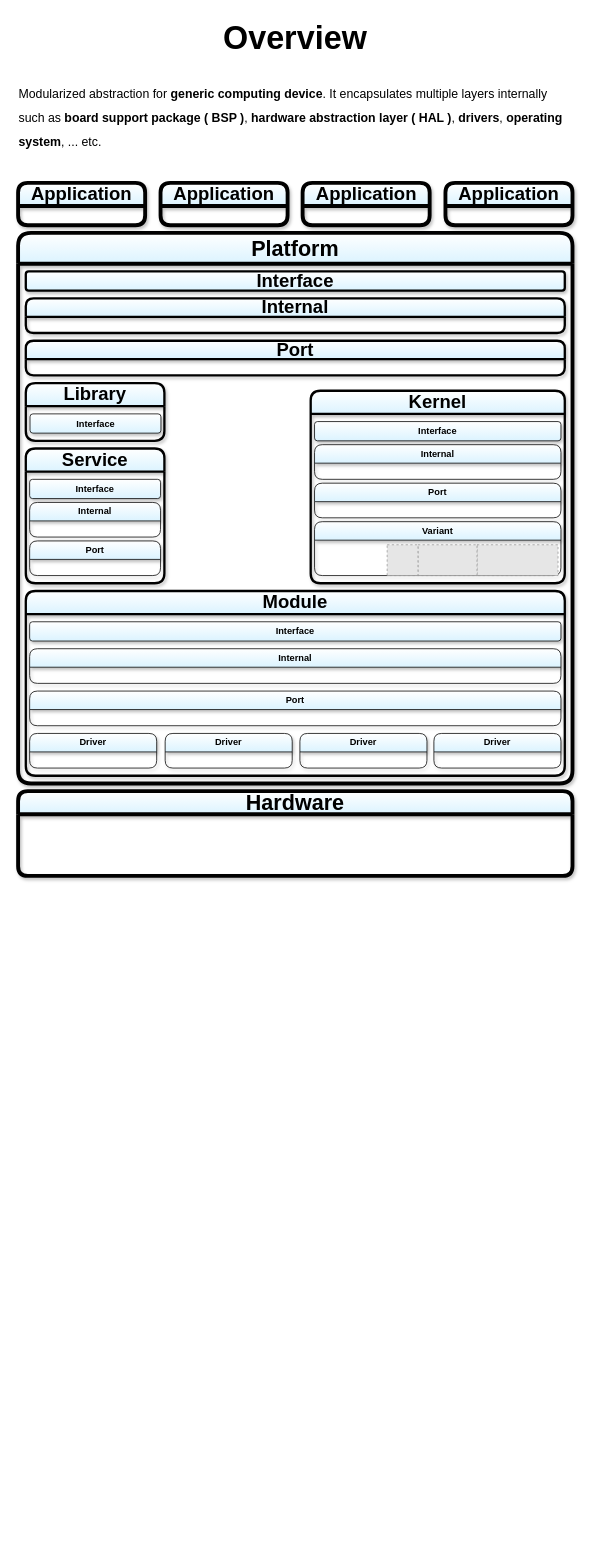
Before: page "Overview" (1 of 5) of Platform.drawio in bassem-mostafa/Platform, a draw.io diagram. Source tidied: cells renumbered, new cells numbered last; positions are measured from the earlier drawing's top-left corner, leaving out a move shared by most shapes. Both pictures are drawn from the tidied source at 77%, with x=0, y=0 at pixel (18, 13). Pictures stored in the file or linked from it are replaced by grey dashed boxes.
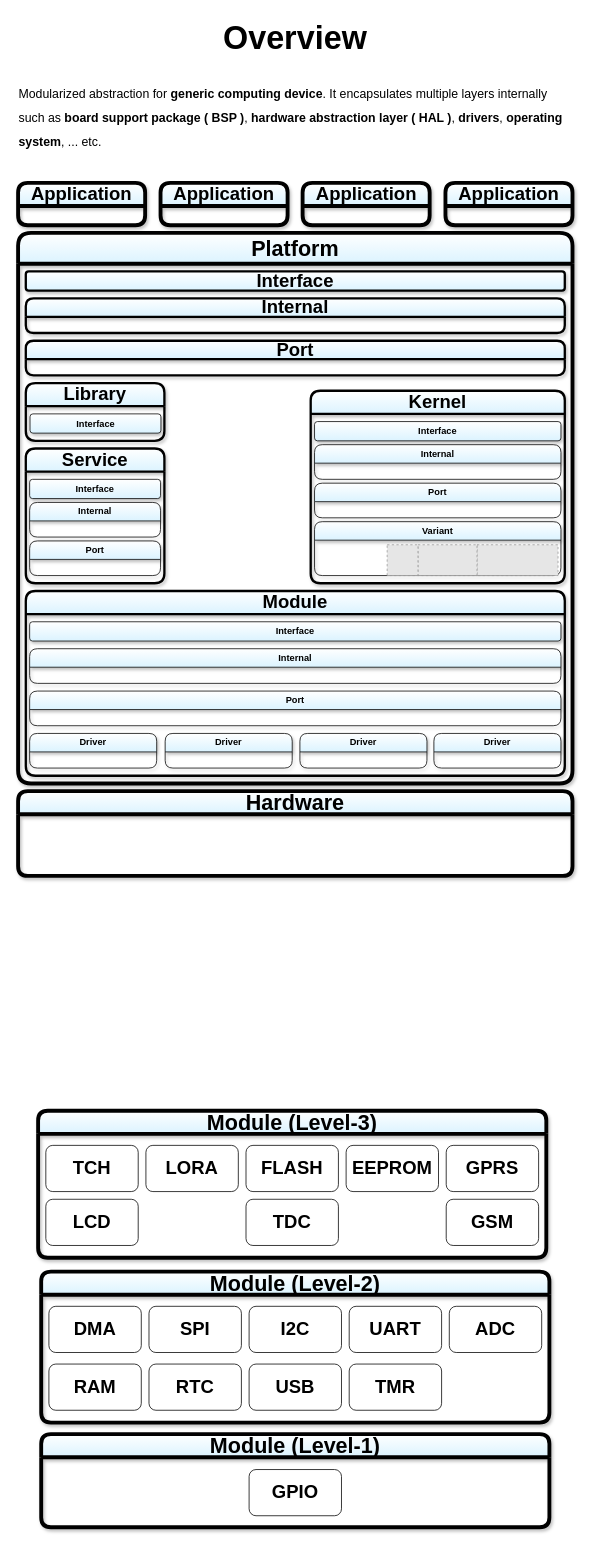
The same page after the edit.

The edit, as a diff of the source:
```diff
@@
+    <mxCell id="34" value="&lt;div&gt;&lt;font style=&quot;font-size: 28px;&quot;&gt;Module (Level-1)&lt;/font&gt;&lt;/div&gt;" style="swimlane;whiteSpace=wrap;html=1;rounded=1;arcSize=14;startSize=30;glass=0;shadow=1;gradientColor=#DBF3FF;rotation=0;strokeWidth=5;perimeterSpacing=0;strokeColor=default;" parent="1" vertex="1">
+      <mxGeometry x="30" y="1845" width="660" height="121" as="geometry" />
+    </mxCell>
+    <mxCell id="35" value="GPIO" style="rounded=1;whiteSpace=wrap;html=1;fontSize=24;fontStyle=1;" parent="34" vertex="1">
+      <mxGeometry x="270" y="46" width="120" height="60" as="geometry" />
+    </mxCell>
+    <mxCell id="36" value="&lt;div&gt;&lt;font style=&quot;font-size: 28px;&quot;&gt;Module (Level-2)&lt;/font&gt;&lt;/div&gt;" style="swimlane;whiteSpace=wrap;html=1;rounded=1;arcSize=14;startSize=30;glass=0;shadow=1;gradientColor=#DBF3FF;rotation=0;strokeWidth=5;perimeterSpacing=0;strokeColor=default;" parent="1" vertex="1">
+      <mxGeometry x="30" y="1634" width="660" height="196" as="geometry" />
+    </mxCell>
+    <mxCell id="37" value="DMA" style="rounded=1;whiteSpace=wrap;html=1;fontSize=24;fontStyle=1;" parent="36" vertex="1">
+      <mxGeometry x="10" y="45" width="120" height="60" as="geometry" />
+    </mxCell>
+    <mxCell id="38" value="SPI" style="rounded=1;whiteSpace=wrap;html=1;fontSize=24;fontStyle=1;" parent="36" vertex="1">
+      <mxGeometry x="140" y="45" width="120" height="60" as="geometry" />
+    </mxCell>
+    <mxCell id="39" value="I2C" style="rounded=1;whiteSpace=wrap;html=1;fontSize=24;fontStyle=1;" parent="36" vertex="1">
+      <mxGeometry x="270" y="45" width="120" height="60" as="geometry" />
+    </mxCell>
+    <mxCell id="40" value="UART" style="rounded=1;whiteSpace=wrap;html=1;fontSize=24;fontStyle=1;" parent="36" vertex="1">
+      <mxGeometry x="400" y="45" width="120" height="60" as="geometry" />
+    </mxCell>
+    <mxCell id="41" value="ADC" style="rounded=1;whiteSpace=wrap;html=1;fontSize=24;fontStyle=1;" parent="36" vertex="1">
+      <mxGeometry x="530" y="45" width="120" height="60" as="geometry" />
+    </mxCell>
+    <mxCell id="42" value="RAM" style="rounded=1;whiteSpace=wrap;html=1;fontSize=24;fontStyle=1;" parent="36" vertex="1">
+      <mxGeometry x="10" y="120" width="120" height="60" as="geometry" />
+    </mxCell>
+    <mxCell id="43" value="RTC" style="rounded=1;whiteSpace=wrap;html=1;fontSize=24;fontStyle=1;" parent="36" vertex="1">
+      <mxGeometry x="140" y="120" width="120" height="60" as="geometry" />
+    </mxCell>
+    <mxCell id="44" value="USB" style="rounded=1;whiteSpace=wrap;html=1;fontSize=24;fontStyle=1;" parent="36" vertex="1">
+      <mxGeometry x="270" y="120" width="120" height="60" as="geometry" />
+    </mxCell>
+    <mxCell id="45" value="TMR" style="rounded=1;whiteSpace=wrap;html=1;fontSize=24;fontStyle=1;" parent="36" vertex="1">
+      <mxGeometry x="400" y="120" width="120" height="60" as="geometry" />
+    </mxCell>
+    <mxCell id="46" value="&lt;div&gt;&lt;font style=&quot;font-size: 28px;&quot;&gt;Module (Level-3)&lt;/font&gt;&lt;/div&gt;" style="swimlane;whiteSpace=wrap;html=1;rounded=1;arcSize=14;startSize=30;glass=0;shadow=1;gradientColor=#DBF3FF;rotation=0;strokeWidth=5;perimeterSpacing=0;strokeColor=default;" parent="1" vertex="1">
+      <mxGeometry x="26" y="1425" width="660" height="191" as="geometry" />
+    </mxCell>
+    <mxCell id="47" value="TCH" style="rounded=1;whiteSpace=wrap;html=1;fontSize=24;fontStyle=1;" parent="46" vertex="1">
+      <mxGeometry x="10" y="45" width="120" height="60" as="geometry" />
+    </mxCell>
+    <mxCell id="48" value="LORA" style="rounded=1;whiteSpace=wrap;html=1;fontSize=24;fontStyle=1;" parent="46" vertex="1">
+      <mxGeometry x="140" y="45" width="120" height="60" as="geometry" />
+    </mxCell>
+    <mxCell id="49" value="FLASH" style="rounded=1;whiteSpace=wrap;html=1;fontSize=24;fontStyle=1;" parent="46" vertex="1">
+      <mxGeometry x="270" y="45" width="120" height="60" as="geometry" />
+    </mxCell>
+    <mxCell id="50" value="EEPROM" style="rounded=1;whiteSpace=wrap;html=1;fontSize=24;fontStyle=1;" parent="46" vertex="1">
+      <mxGeometry x="400" y="45" width="120" height="60" as="geometry" />
+    </mxCell>
+    <mxCell id="51" value="GSM" style="rounded=1;whiteSpace=wrap;html=1;fontSize=24;fontStyle=1;" parent="46" vertex="1">
+      <mxGeometry x="530" y="115" width="120" height="60" as="geometry" />
+    </mxCell>
+    <mxCell id="52" value="LCD" style="rounded=1;whiteSpace=wrap;html=1;fontSize=24;fontStyle=1;" parent="46" vertex="1">
+      <mxGeometry x="10" y="115" width="120" height="60" as="geometry" />
+    </mxCell>
+    <mxCell id="53" value="GPRS" style="rounded=1;whiteSpace=wrap;html=1;fontSize=24;fontStyle=1;" parent="46" vertex="1">
+      <mxGeometry x="530" y="45" width="120" height="60" as="geometry" />
+    </mxCell>
+    <mxCell id="54" value="TDC" style="rounded=1;whiteSpace=wrap;html=1;fontSize=24;fontStyle=1;" parent="46" vertex="1">
+      <mxGeometry x="270" y="115" width="120" height="60" as="geometry" />
+    </mxCell>
```
